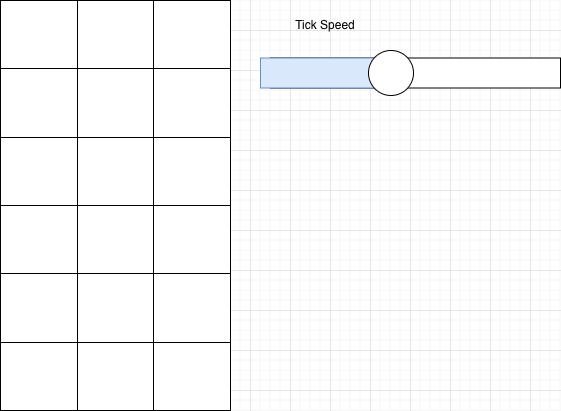
Above: images/mockup.png in Jonwu25/AdvProgrammingIndvProject (draw.io), before the change. Source tidied: cells renumbered, new cells last; positions are measured from the earlier drawing's top-left corner, leaving out a move shared by most shapes.
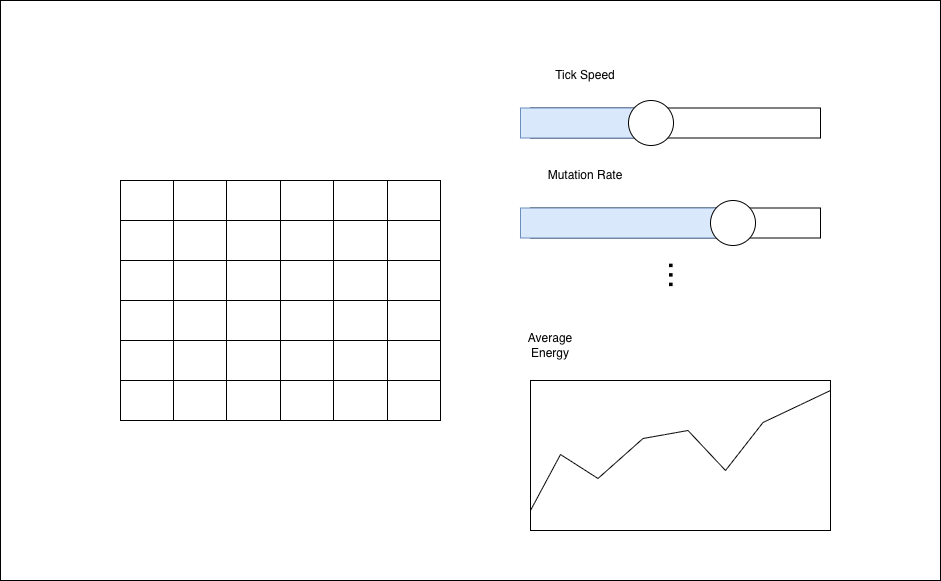
After the change.

Diff of the diagram source:
```diff
@@ -2,81 +2,138 @@
   <root>
     <mxCell id="0" />
     <mxCell id="1" parent="0" />
+    <mxCell id="32" style="rounded=0;whiteSpace=wrap;html=1;" parent="1" vertex="1">
+      <mxGeometry x="-260" y="-50" width="940" height="580" as="geometry" />
+    </mxCell>
     <mxCell id="2" style="shape=table;startSize=0;fontSize=16;" parent="1" vertex="1">
-      <mxGeometry width="230" height="410" as="geometry" />
+      <mxGeometry x="-140" y="130" width="320" height="240" as="geometry" />
     </mxCell>
     <mxCell id="3" style="shape=tableRow;horizontal=0;startSize=0;swimlaneHead=0;swimlaneBody=0;strokeColor=inherit;top=0;left=0;bottom=0;right=0;fillColor=none;fontSize=16;" parent="2" vertex="1">
-      <mxGeometry width="230" height="68" as="geometry" />
+      <mxGeometry width="320" height="40" as="geometry" />
     </mxCell>
     <mxCell id="4" style="shape=partialRectangle;html=1;whiteSpace=wrap;strokeColor=inherit;overflow=hidden;fillColor=none;top=0;left=0;bottom=0;right=0;fontSize=16;" parent="3" vertex="1">
-      <mxGeometry width="77" height="68" as="geometry" />
+      <mxGeometry width="53" height="40" as="geometry" />
     </mxCell>
     <mxCell id="5" style="shape=partialRectangle;html=1;whiteSpace=wrap;strokeColor=inherit;overflow=hidden;fillColor=none;top=0;left=0;bottom=0;right=0;fontSize=16;" parent="3" vertex="1">
-      <mxGeometry x="77" width="76" height="68" as="geometry" />
+      <mxGeometry x="53" width="53" height="40" as="geometry" />
     </mxCell>
     <mxCell id="6" style="shape=partialRectangle;html=1;whiteSpace=wrap;strokeColor=inherit;overflow=hidden;fillColor=none;top=0;left=0;bottom=0;right=0;fontSize=16;" parent="3" vertex="1">
-      <mxGeometry x="153" width="77" height="68" as="geometry" />
+      <mxGeometry x="106" width="54" height="40" as="geometry" />
     </mxCell>
+    <mxCell id="33" style="shape=partialRectangle;html=1;whiteSpace=wrap;strokeColor=inherit;overflow=hidden;fillColor=none;top=0;left=0;bottom=0;right=0;fontSize=16;" parent="3" vertex="1">
+      <mxGeometry x="160" width="53" height="40" as="geometry" />
+    </mxCell>
+    <mxCell id="34" style="shape=partialRectangle;html=1;whiteSpace=wrap;strokeColor=inherit;overflow=hidden;fillColor=none;top=0;left=0;bottom=0;right=0;fontSize=16;" parent="3" vertex="1">
+      <mxGeometry x="213" width="54" height="40" as="geometry" />
+    </mxCell>
+    <mxCell id="35" style="shape=partialRectangle;html=1;whiteSpace=wrap;strokeColor=inherit;overflow=hidden;fillColor=none;top=0;left=0;bottom=0;right=0;fontSize=16;" parent="3" vertex="1">
+      <mxGeometry x="267" width="53" height="40" as="geometry" />
+    </mxCell>
     <mxCell id="7" style="shape=tableRow;horizontal=0;startSize=0;swimlaneHead=0;swimlaneBody=0;strokeColor=inherit;top=0;left=0;bottom=0;right=0;fillColor=none;fontSize=16;" parent="2" vertex="1">
-      <mxGeometry y="68" width="230" height="69" as="geometry" />
+      <mxGeometry y="40" width="320" height="40" as="geometry" />
     </mxCell>
     <mxCell id="8" style="shape=partialRectangle;html=1;whiteSpace=wrap;strokeColor=inherit;overflow=hidden;fillColor=none;top=0;left=0;bottom=0;right=0;fontSize=16;" parent="7" vertex="1">
-      <mxGeometry width="77" height="69" as="geometry" />
+      <mxGeometry width="53" height="40" as="geometry" />
     </mxCell>
     <mxCell id="9" style="shape=partialRectangle;html=1;whiteSpace=wrap;strokeColor=inherit;overflow=hidden;fillColor=none;top=0;left=0;bottom=0;right=0;fontSize=16;" parent="7" vertex="1">
-      <mxGeometry x="77" width="76" height="69" as="geometry" />
+      <mxGeometry x="53" width="53" height="40" as="geometry" />
     </mxCell>
     <mxCell id="10" style="shape=partialRectangle;html=1;whiteSpace=wrap;strokeColor=inherit;overflow=hidden;fillColor=none;top=0;left=0;bottom=0;right=0;fontSize=16;" parent="7" vertex="1">
-      <mxGeometry x="153" width="77" height="69" as="geometry" />
+      <mxGeometry x="106" width="54" height="40" as="geometry" />
     </mxCell>
+    <mxCell id="36" style="shape=partialRectangle;html=1;whiteSpace=wrap;strokeColor=inherit;overflow=hidden;fillColor=none;top=0;left=0;bottom=0;right=0;fontSize=16;" parent="7" vertex="1">
+      <mxGeometry x="160" width="53" height="40" as="geometry" />
+    </mxCell>
+    <mxCell id="37" style="shape=partialRectangle;html=1;whiteSpace=wrap;strokeColor=inherit;overflow=hidden;fillColor=none;top=0;left=0;bottom=0;right=0;fontSize=16;" parent="7" vertex="1">
+      <mxGeometry x="213" width="54" height="40" as="geometry" />
+    </mxCell>
+    <mxCell id="38" style="shape=partialRectangle;html=1;whiteSpace=wrap;strokeColor=inherit;overflow=hidden;fillColor=none;top=0;left=0;bottom=0;right=0;fontSize=16;" parent="7" vertex="1">
+      <mxGeometry x="267" width="53" height="40" as="geometry" />
+    </mxCell>
     <mxCell id="11" style="shape=tableRow;horizontal=0;startSize=0;swimlaneHead=0;swimlaneBody=0;strokeColor=inherit;top=0;left=0;bottom=0;right=0;fillColor=none;fontSize=16;" parent="2" vertex="1">
-      <mxGeometry y="137" width="230" height="68" as="geometry" />
+      <mxGeometry y="80" width="320" height="40" as="geometry" />
     </mxCell>
     <mxCell id="12" style="shape=partialRectangle;html=1;whiteSpace=wrap;strokeColor=inherit;overflow=hidden;fillColor=none;top=0;left=0;bottom=0;right=0;fontSize=16;" parent="11" vertex="1">
-      <mxGeometry width="77" height="68" as="geometry" />
+      <mxGeometry width="53" height="40" as="geometry" />
     </mxCell>
     <mxCell id="13" style="shape=partialRectangle;html=1;whiteSpace=wrap;strokeColor=inherit;overflow=hidden;fillColor=none;top=0;left=0;bottom=0;right=0;fontSize=16;" parent="11" vertex="1">
-      <mxGeometry x="77" width="76" height="68" as="geometry" />
+      <mxGeometry x="53" width="53" height="40" as="geometry" />
     </mxCell>
     <mxCell id="14" style="shape=partialRectangle;html=1;whiteSpace=wrap;strokeColor=inherit;overflow=hidden;fillColor=none;top=0;left=0;bottom=0;right=0;fontSize=16;" parent="11" vertex="1">
-      <mxGeometry x="153" width="77" height="68" as="geometry" />
+      <mxGeometry x="106" width="54" height="40" as="geometry" />
     </mxCell>
+    <mxCell id="39" style="shape=partialRectangle;html=1;whiteSpace=wrap;strokeColor=inherit;overflow=hidden;fillColor=none;top=0;left=0;bottom=0;right=0;fontSize=16;" parent="11" vertex="1">
+      <mxGeometry x="160" width="53" height="40" as="geometry" />
+    </mxCell>
+    <mxCell id="40" style="shape=partialRectangle;html=1;whiteSpace=wrap;strokeColor=inherit;overflow=hidden;fillColor=none;top=0;left=0;bottom=0;right=0;fontSize=16;" parent="11" vertex="1">
+      <mxGeometry x="213" width="54" height="40" as="geometry" />
+    </mxCell>
+    <mxCell id="41" style="shape=partialRectangle;html=1;whiteSpace=wrap;strokeColor=inherit;overflow=hidden;fillColor=none;top=0;left=0;bottom=0;right=0;fontSize=16;" parent="11" vertex="1">
+      <mxGeometry x="267" width="53" height="40" as="geometry" />
+    </mxCell>
     <mxCell id="15" style="shape=tableRow;horizontal=0;startSize=0;swimlaneHead=0;swimlaneBody=0;strokeColor=inherit;top=0;left=0;bottom=0;right=0;fillColor=none;fontSize=16;" parent="2" vertex="1">
-      <mxGeometry y="205" width="230" height="68" as="geometry" />
+      <mxGeometry y="120" width="320" height="40" as="geometry" />
     </mxCell>
     <mxCell id="16" style="shape=partialRectangle;html=1;whiteSpace=wrap;strokeColor=inherit;overflow=hidden;fillColor=none;top=0;left=0;bottom=0;right=0;fontSize=16;" parent="15" vertex="1">
-      <mxGeometry width="77" height="68" as="geometry" />
+      <mxGeometry width="53" height="40" as="geometry" />
     </mxCell>
     <mxCell id="17" style="shape=partialRectangle;html=1;whiteSpace=wrap;strokeColor=inherit;overflow=hidden;fillColor=none;top=0;left=0;bottom=0;right=0;fontSize=16;" parent="15" vertex="1">
-      <mxGeometry x="77" width="76" height="68" as="geometry" />
+      <mxGeometry x="53" width="53" height="40" as="geometry" />
     </mxCell>
     <mxCell id="18" style="shape=partialRectangle;html=1;whiteSpace=wrap;strokeColor=inherit;overflow=hidden;fillColor=none;top=0;left=0;bottom=0;right=0;fontSize=16;" parent="15" vertex="1">
-      <mxGeometry x="153" width="77" height="68" as="geometry" />
+      <mxGeometry x="106" width="54" height="40" as="geometry" />
     </mxCell>
+    <mxCell id="42" style="shape=partialRectangle;html=1;whiteSpace=wrap;strokeColor=inherit;overflow=hidden;fillColor=none;top=0;left=0;bottom=0;right=0;fontSize=16;" parent="15" vertex="1">
+      <mxGeometry x="160" width="53" height="40" as="geometry" />
+    </mxCell>
+    <mxCell id="43" style="shape=partialRectangle;html=1;whiteSpace=wrap;strokeColor=inherit;overflow=hidden;fillColor=none;top=0;left=0;bottom=0;right=0;fontSize=16;" parent="15" vertex="1">
+      <mxGeometry x="213" width="54" height="40" as="geometry" />
+    </mxCell>
+    <mxCell id="44" style="shape=partialRectangle;html=1;whiteSpace=wrap;strokeColor=inherit;overflow=hidden;fillColor=none;top=0;left=0;bottom=0;right=0;fontSize=16;" parent="15" vertex="1">
+      <mxGeometry x="267" width="53" height="40" as="geometry" />
+    </mxCell>
     <mxCell id="19" style="shape=tableRow;horizontal=0;startSize=0;swimlaneHead=0;swimlaneBody=0;strokeColor=inherit;top=0;left=0;bottom=0;right=0;fillColor=none;fontSize=16;" parent="2" vertex="1">
-      <mxGeometry y="273" width="230" height="69" as="geometry" />
+      <mxGeometry y="160" width="320" height="40" as="geometry" />
     </mxCell>
     <mxCell id="20" style="shape=partialRectangle;html=1;whiteSpace=wrap;strokeColor=inherit;overflow=hidden;fillColor=none;top=0;left=0;bottom=0;right=0;fontSize=16;" parent="19" vertex="1">
-      <mxGeometry width="77" height="69" as="geometry" />
+      <mxGeometry width="53" height="40" as="geometry" />
     </mxCell>
     <mxCell id="21" style="shape=partialRectangle;html=1;whiteSpace=wrap;strokeColor=inherit;overflow=hidden;fillColor=none;top=0;left=0;bottom=0;right=0;fontSize=16;" parent="19" vertex="1">
-      <mxGeometry x="77" width="76" height="69" as="geometry" />
+      <mxGeometry x="53" width="53" height="40" as="geometry" />
     </mxCell>
     <mxCell id="22" style="shape=partialRectangle;html=1;whiteSpace=wrap;strokeColor=inherit;overflow=hidden;fillColor=none;top=0;left=0;bottom=0;right=0;fontSize=16;" parent="19" vertex="1">
-      <mxGeometry x="153" width="77" height="69" as="geometry" />
+      <mxGeometry x="106" width="54" height="40" as="geometry" />
     </mxCell>
+    <mxCell id="45" style="shape=partialRectangle;html=1;whiteSpace=wrap;strokeColor=inherit;overflow=hidden;fillColor=none;top=0;left=0;bottom=0;right=0;fontSize=16;" parent="19" vertex="1">
+      <mxGeometry x="160" width="53" height="40" as="geometry" />
+    </mxCell>
+    <mxCell id="46" style="shape=partialRectangle;html=1;whiteSpace=wrap;strokeColor=inherit;overflow=hidden;fillColor=none;top=0;left=0;bottom=0;right=0;fontSize=16;" parent="19" vertex="1">
+      <mxGeometry x="213" width="54" height="40" as="geometry" />
+    </mxCell>
+    <mxCell id="47" style="shape=partialRectangle;html=1;whiteSpace=wrap;strokeColor=inherit;overflow=hidden;fillColor=none;top=0;left=0;bottom=0;right=0;fontSize=16;" parent="19" vertex="1">
+      <mxGeometry x="267" width="53" height="40" as="geometry" />
+    </mxCell>
     <mxCell id="23" style="shape=tableRow;horizontal=0;startSize=0;swimlaneHead=0;swimlaneBody=0;strokeColor=inherit;top=0;left=0;bottom=0;right=0;fillColor=none;fontSize=16;" parent="2" vertex="1">
-      <mxGeometry y="342" width="230" height="68" as="geometry" />
+      <mxGeometry y="200" width="320" height="40" as="geometry" />
     </mxCell>
     <mxCell id="24" style="shape=partialRectangle;html=1;whiteSpace=wrap;strokeColor=inherit;overflow=hidden;fillColor=none;top=0;left=0;bottom=0;right=0;fontSize=16;" parent="23" vertex="1">
-      <mxGeometry width="77" height="68" as="geometry" />
+      <mxGeometry width="53" height="40" as="geometry" />
     </mxCell>
     <mxCell id="25" style="shape=partialRectangle;html=1;whiteSpace=wrap;strokeColor=inherit;overflow=hidden;fillColor=none;top=0;left=0;bottom=0;right=0;fontSize=16;" parent="23" vertex="1">
-      <mxGeometry x="77" width="76" height="68" as="geometry" />
+      <mxGeometry x="53" width="53" height="40" as="geometry" />
     </mxCell>
     <mxCell id="26" style="shape=partialRectangle;html=1;whiteSpace=wrap;strokeColor=inherit;overflow=hidden;fillColor=none;top=0;left=0;bottom=0;right=0;fontSize=16;" parent="23" vertex="1">
-      <mxGeometry x="153" width="77" height="68" as="geometry" />
+      <mxGeometry x="106" width="54" height="40" as="geometry" />
     </mxCell>
+    <mxCell id="48" style="shape=partialRectangle;html=1;whiteSpace=wrap;strokeColor=inherit;overflow=hidden;fillColor=none;top=0;left=0;bottom=0;right=0;fontSize=16;" parent="23" vertex="1">
+      <mxGeometry x="160" width="53" height="40" as="geometry" />
+    </mxCell>
+    <mxCell id="49" style="shape=partialRectangle;html=1;whiteSpace=wrap;strokeColor=inherit;overflow=hidden;fillColor=none;top=0;left=0;bottom=0;right=0;fontSize=16;" parent="23" vertex="1">
+      <mxGeometry x="213" width="54" height="40" as="geometry" />
+    </mxCell>
+    <mxCell id="50" style="shape=partialRectangle;html=1;whiteSpace=wrap;strokeColor=inherit;overflow=hidden;fillColor=none;top=0;left=0;bottom=0;right=0;fontSize=16;" parent="23" vertex="1">
+      <mxGeometry x="267" width="53" height="40" as="geometry" />
+    </mxCell>
     <mxCell id="27" style="group;" parent="1" vertex="1">
       <mxGeometry x="260" y="50" width="300" height="45" as="geometry" />
     </mxCell>
@@ -92,5 +149,74 @@
     <mxCell id="31" value="Tick Speed" style="text;html=1;whiteSpace=wrap;strokeColor=none;fillColor=none;align=center;verticalAlign=middle;rounded=0;" parent="1" vertex="1">
       <mxGeometry x="280" y="10" width="90" height="30" as="geometry" />
     </mxCell>
+    <mxCell id="51" value="Mutation Rate" style="text;html=1;whiteSpace=wrap;strokeColor=none;fillColor=none;align=center;verticalAlign=middle;rounded=0;" parent="1" vertex="1">
+      <mxGeometry x="280" y="110" width="90" height="30" as="geometry" />
+    </mxCell>
+    <mxCell id="52" style="group;" parent="1" vertex="1">
+      <mxGeometry x="260" y="150" width="300" height="45" as="geometry" />
+    </mxCell>
+    <mxCell id="53" style="rounded=0;whiteSpace=wrap;html=1;" parent="52" vertex="1">
+      <mxGeometry x="10" y="7.5" width="290" height="30" as="geometry" />
+    </mxCell>
+    <mxCell id="54" style="rounded=0;whiteSpace=wrap;html=1;fillColor=#dae8fc;strokeColor=#6c8ebf;" parent="52" vertex="1">
+      <mxGeometry y="7.5" width="210" height="30" as="geometry" />
+    </mxCell>
+    <mxCell id="55" style="ellipse;whiteSpace=wrap;html=1;" parent="52" vertex="1">
+      <mxGeometry x="190" width="45" height="45" as="geometry" />
+    </mxCell>
+    <mxCell id="56" style="group;" parent="1" vertex="1">
+      <mxGeometry x="270" y="340" width="300" height="140" as="geometry" />
+    </mxCell>
+    <mxCell id="57" style="whiteSpace=wrap;html=1;" parent="56" vertex="1">
+      <mxGeometry y="-10" width="300" height="150" as="geometry" />
+    </mxCell>
+    <mxCell id="58" style="endArrow=none;html=1;rounded=0;" parent="56" edge="1">
+      <mxGeometry relative="1" as="geometry">
+        <mxPoint y="120" as="sourcePoint" />
+        <mxPoint x="30" y="64" as="targetPoint" />
+      </mxGeometry>
+    </mxCell>
+    <mxCell id="59" style="endArrow=none;html=1;rounded=0;" parent="56" edge="1">
+      <mxGeometry relative="1" as="geometry">
+        <mxPoint x="30" y="64" as="sourcePoint" />
+        <mxPoint x="67.5" y="88" as="targetPoint" />
+      </mxGeometry>
+    </mxCell>
+    <mxCell id="60" style="endArrow=none;html=1;rounded=0;" parent="56" edge="1">
+      <mxGeometry relative="1" as="geometry">
+        <mxPoint x="67.5" y="88" as="sourcePoint" />
+        <mxPoint x="112.5" y="48" as="targetPoint" />
+      </mxGeometry>
+    </mxCell>
+    <mxCell id="61" style="endArrow=none;html=1;rounded=0;" parent="56" edge="1">
+      <mxGeometry relative="1" as="geometry">
+        <mxPoint x="112.5" y="48" as="sourcePoint" />
+        <mxPoint x="157.5" y="40" as="targetPoint" />
+      </mxGeometry>
+    </mxCell>
+    <mxCell id="62" style="endArrow=none;html=1;rounded=0;" parent="56" edge="1">
+      <mxGeometry relative="1" as="geometry">
+        <mxPoint x="157.5" y="40" as="sourcePoint" />
+        <mxPoint x="195" y="80" as="targetPoint" />
+      </mxGeometry>
+    </mxCell>
+    <mxCell id="63" style="endArrow=none;html=1;rounded=0;" parent="56" edge="1">
+      <mxGeometry relative="1" as="geometry">
+        <mxPoint x="195" y="80" as="sourcePoint" />
+        <mxPoint x="232.5" y="32" as="targetPoint" />
+      </mxGeometry>
+    </mxCell>
+    <mxCell id="64" style="endArrow=none;html=1;rounded=0;" parent="56" edge="1">
+      <mxGeometry relative="1" as="geometry">
+        <mxPoint x="232.5" y="32" as="sourcePoint" />
+        <mxPoint x="300" as="targetPoint" />
+      </mxGeometry>
+    </mxCell>
+    <mxCell id="65" value="Average Energy" style="text;html=1;whiteSpace=wrap;strokeColor=none;fillColor=none;align=center;verticalAlign=middle;rounded=0;" parent="1" vertex="1">
+      <mxGeometry x="260" y="280" width="60" height="30" as="geometry" />
+    </mxCell>
+    <mxCell id="66" value="&lt;font style=&quot;font-size: 34px;&quot;&gt;...&lt;/font&gt;" style="text;html=1;whiteSpace=wrap;strokeColor=none;fillColor=none;align=center;verticalAlign=middle;rounded=0;rotation=90;" parent="1" vertex="1">
+      <mxGeometry x="390" y="210" width="60" height="30" as="geometry" />
+    </mxCell>
   </root>
 </mxGraphModel>
```
